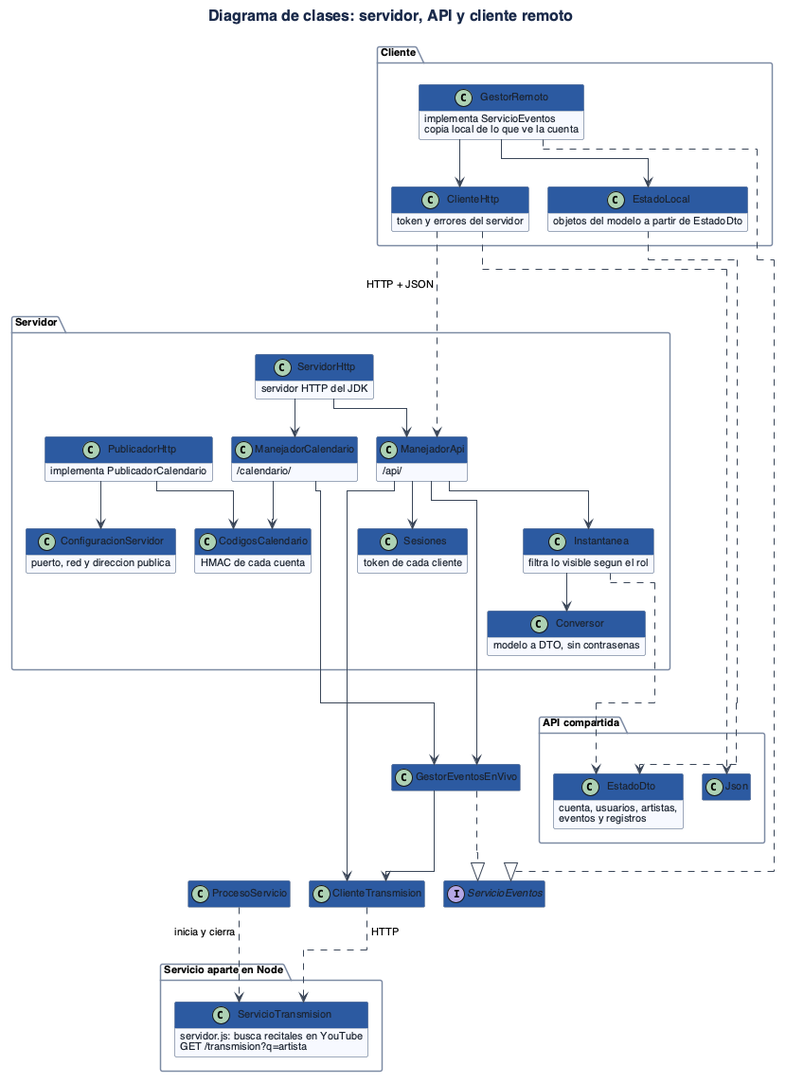
This is TP/Grupo9_POO_Diagramas_Pdf/imagenes/clases-red.png from lferraro1103/Proceso-de-desarrollo-de-sosftware, a PlantUML export, as it was before one commit.
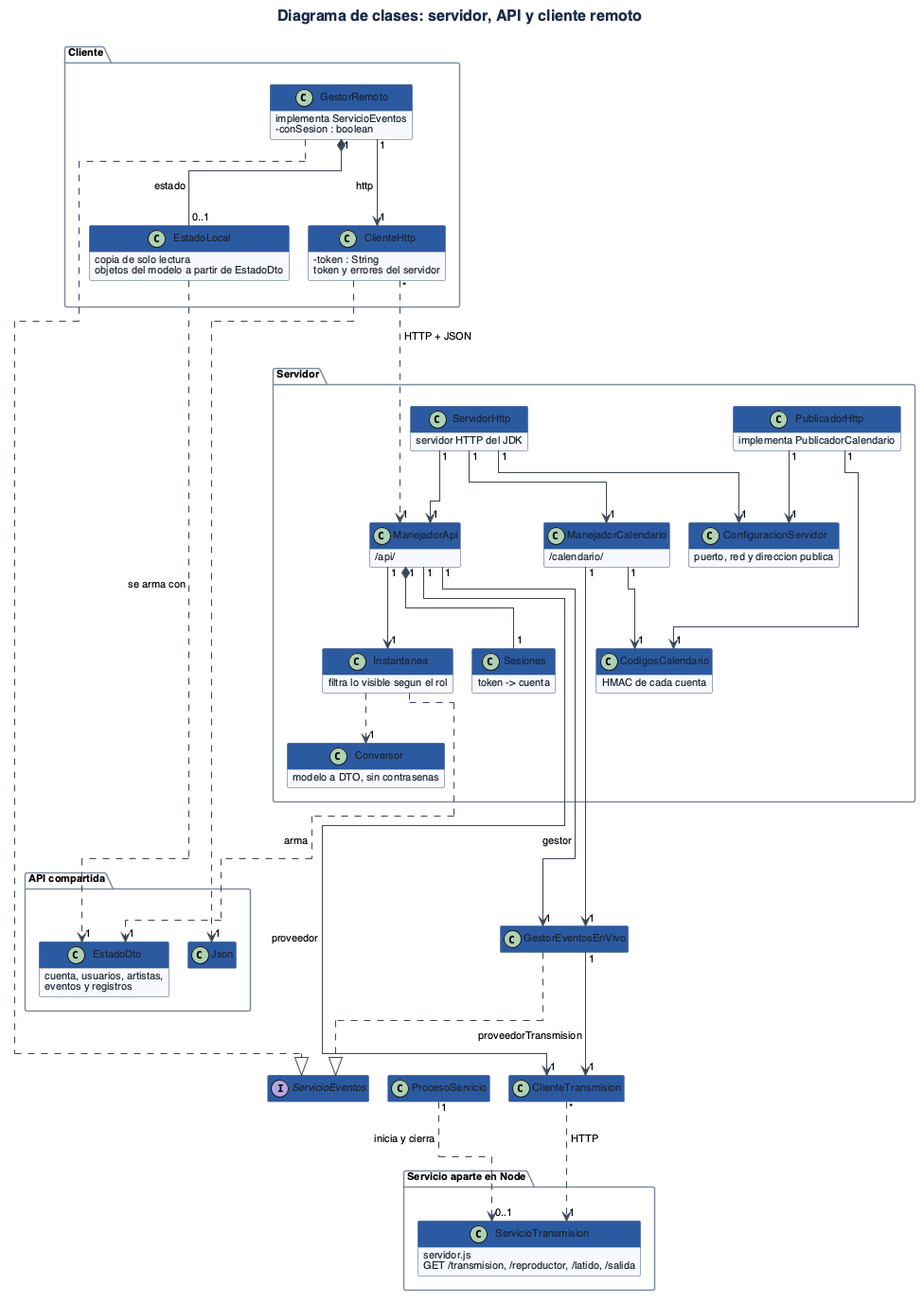
Above is the later version.

What changed in the source:
```diff
@@ -5,12 +5,14 @@
 package "Cliente" {
   class GestorRemoto {
     implementa ServicioEventos
-    copia local de lo que ve la cuenta
+    -conSesion : boolean
   }
   class ClienteHttp {
+    -token : String
     token y errores del servidor
   }
   class EstadoLocal {
+    copia de solo lectura
     objetos del modelo a partir de EstadoDto
   }
 }
@@ -34,7 +36,7 @@
     /calendario/
   }
   class Sesiones {
-    token de cada cliente
+    token -> cuenta
   }
   class Instantanea {
     filtra lo visible segun el rol
@@ -55,8 +57,8 @@
 
 package "Servicio aparte en Node" {
   class ServicioTransmision {
-    servidor.js: busca recitales en YouTube
-    GET /transmision?q=artista
+    servidor.js
+    GET /transmision, /reproductor, /latido, /salida
   }
 }
 
@@ -67,24 +69,25 @@
 
 GestorRemoto ..|> ServicioEventos
 GestorEventosEnVivo ..|> ServicioEventos
-GestorRemoto --> ClienteHttp
-GestorRemoto --> EstadoLocal
-ClienteHttp ..> Json
-EstadoLocal ..> EstadoDto
-ServidorHttp --> ManejadorApi
-ServidorHttp --> ManejadorCalendario
-ManejadorApi --> Sesiones
-ManejadorApi --> Instantanea
-ManejadorApi --> GestorEventosEnVivo
-Instantanea --> Conversor
-Instantanea ..> EstadoDto
-ManejadorCalendario --> CodigosCalendario
-ManejadorCalendario --> GestorEventosEnVivo
-PublicadorHttp --> CodigosCalendario
-PublicadorHttp --> ConfiguracionServidor
-ClienteHttp ..> ManejadorApi : HTTP + JSON
-ManejadorApi --> ClienteTransmision
-GestorEventosEnVivo --> ClienteTransmision
-ClienteTransmision ..> ServicioTransmision : HTTP
-ProcesoServicio ..> ServicioTransmision : inicia y cierra
+GestorRemoto "1" --> "1" ClienteHttp : http
+GestorRemoto "1" *-- "0..1" EstadoLocal : estado
+EstadoLocal ..> "1" EstadoDto : se arma con
+ClienteHttp ..> "1" Json
+ClienteHttp "*" ..> "1" ManejadorApi : HTTP + JSON
+ServidorHttp "1" --> "1" ManejadorApi
+ServidorHttp "1" --> "1" ManejadorCalendario
+ServidorHttp "1" --> "1" ConfiguracionServidor
+ManejadorApi "1" *-- "1" Sesiones
+ManejadorApi "1" --> "1" Instantanea
+ManejadorApi "1" --> "1" GestorEventosEnVivo : gestor
+ManejadorApi "1" --> "1" ClienteTransmision : proveedor
+Instantanea ..> "1" Conversor
+Instantanea ..> "1" EstadoDto : arma
+ManejadorCalendario "1" --> "1" CodigosCalendario
+ManejadorCalendario "1" --> "1" GestorEventosEnVivo
+PublicadorHttp "1" --> "1" CodigosCalendario
+PublicadorHttp "1" --> "1" ConfiguracionServidor
+GestorEventosEnVivo "1" --> "1" ClienteTransmision : proveedorTransmision
+ClienteTransmision "*" ..> "1" ServicioTransmision : HTTP
+ProcesoServicio "1" ..> "0..1" ServicioTransmision : inicia y cierra
 @enduml
```
